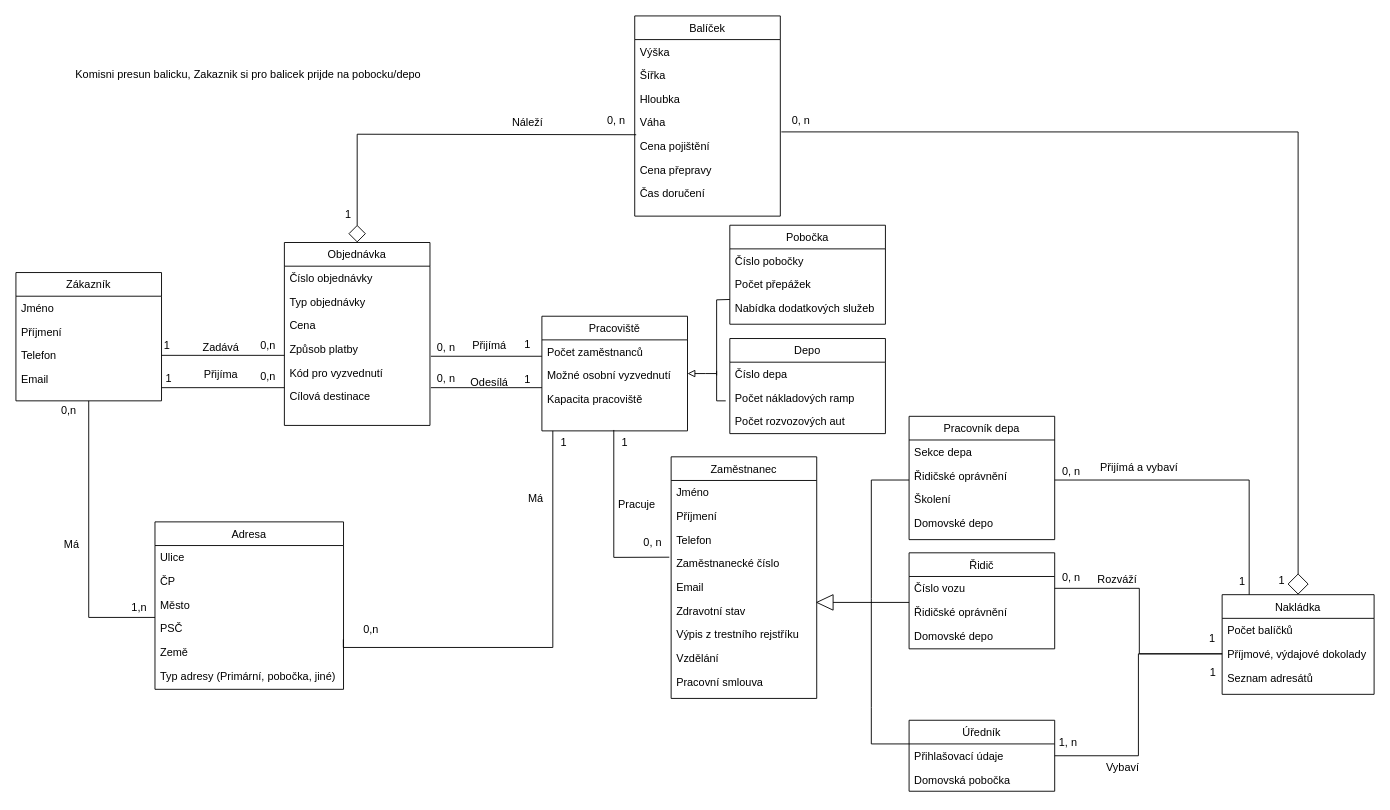
Above: Projekt-ClassDiagram-v3.drawio in martinoak/culs-diagrams-net (draw.io), before the change. Source tidied: cells renumbered, new cells numbered last; positions are measured from the earlier drawing's top-left corner, leaving out a move shared by most shapes. Both pictures are drawn from the tidied source at 91%, with x=0, y=0 at pixel (15, 15).
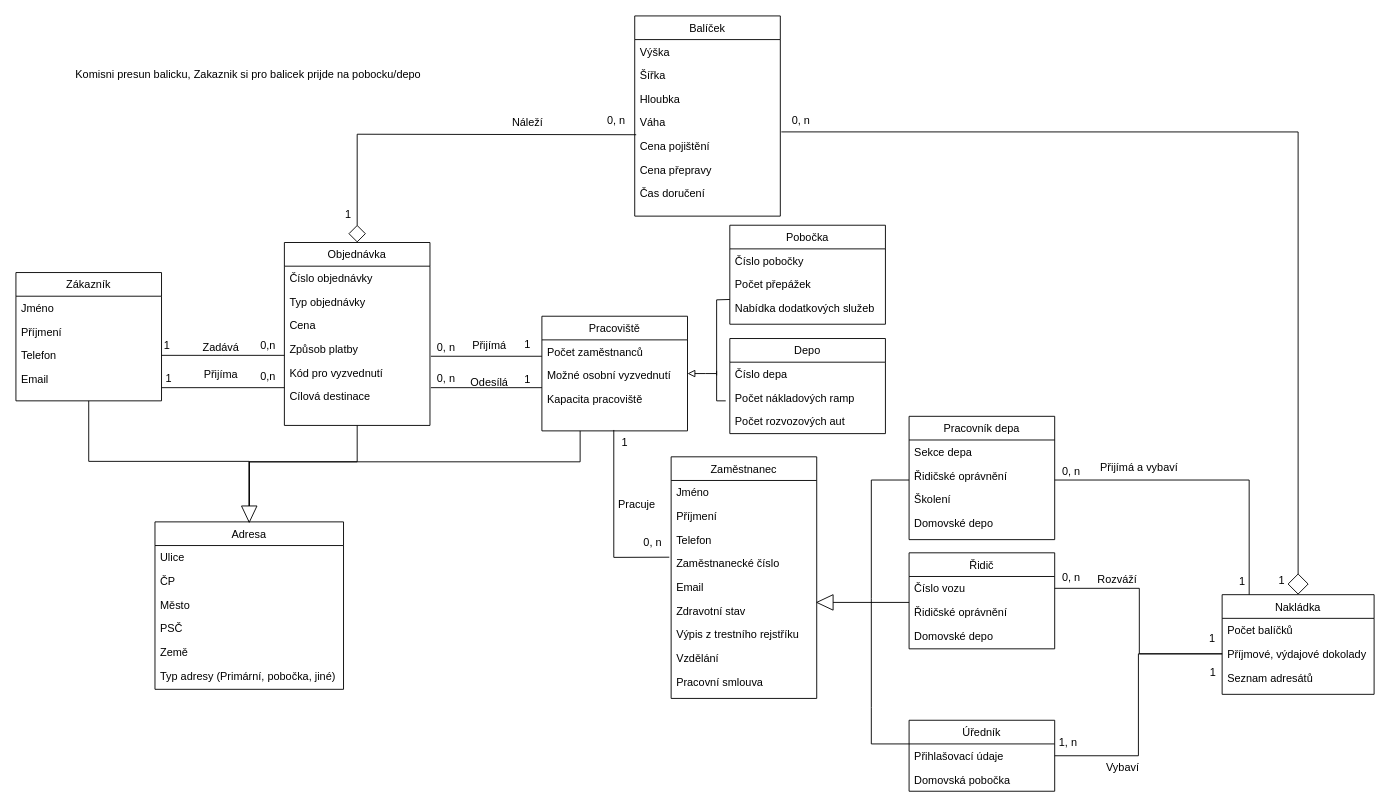
The same page after the edit.

Unchanged cells that the change refers to:
```xml
<mxCell id="2" value="Zákazník" style="swimlane;fontStyle=0;align=center;verticalAlign=top;horizontal=1;startSize=26;rounded=0;shadow=0;strokeWidth=1;" parent="1" vertex="1">
  <mxGeometry y="282" width="160" height="141" as="geometry" />
</mxCell>
<mxCell id="7" value="Adresa" style="swimlane;fontStyle=0;align=center;verticalAlign=top;horizontal=1;startSize=26;rounded=0;shadow=0;strokeWidth=1;" parent="1" vertex="1">
  <mxGeometry x="152.8" y="556" width="207.2" height="184" as="geometry" />
</mxCell>
<mxCell id="12" value="Země" style="text;align=left;verticalAlign=top;spacingLeft=4;spacingRight=4;overflow=hidden;points=[[0,0.5],[1,0.5]];portConstraint=eastwest;rounded=0;shadow=0;html=0;" parent="7" vertex="1">
  <mxGeometry y="130" width="207.2" height="26" as="geometry" />
</mxCell>
<mxCell id="27" value="Pracoviště" style="swimlane;fontStyle=0;align=center;verticalAlign=top;horizontal=1;startSize=26;rounded=0;shadow=0;strokeWidth=1;" parent="1" vertex="1">
  <mxGeometry x="578" y="330" width="160" height="126" as="geometry" />
</mxCell>
<mxCell id="71" value="Objednávka" style="swimlane;fontStyle=0;align=center;verticalAlign=top;horizontal=1;startSize=26;rounded=0;shadow=0;strokeWidth=1;" parent="1" vertex="1">
  <mxGeometry x="295" y="249" width="160" height="201" as="geometry" />
</mxCell>
```

Change to the diagram source:
```diff
@@
+    <mxCell id="14" style="edgeStyle=orthogonalEdgeStyle;rounded=0;jettySize=auto;html=1;startArrow=none;startFill=0;endArrow=none;endFill=0;sourcePerimeterSpacing=0;targetPerimeterSpacing=16;entryX=0.5;entryY=0;entryDx=0;entryDy=0;" parent="1" edge="1" source="2" target="7">
+      <mxGeometry relative="1" as="geometry" />
+    </mxCell>
@@
-    <mxCell id="14" style="endArrow=none;shadow=0;strokeWidth=1;rounded=0;endFill=0;edgeStyle=elbowEdgeStyle;elbow=vertical;" parent="1" edge="1" source="2" target="7">
-      <mxGeometry x="0.5" y="41" relative="1" as="geometry">
-        <Array as="points">
-          <mxPoint x="80" y="661" />
-          <mxPoint x="80" y="748" />
-        </Array>
-        <mxPoint x="-40" y="32" as="offset" />
-      </mxGeometry>
-    </mxCell>
-    <mxCell id="15" value="1,n" style="align=right;verticalAlign=bottom;labelBackgroundColor=none;fontSize=12;" parent="14" vertex="1">
-      <mxGeometry x="1" relative="1" as="geometry">
-        <mxPoint x="-8" y="-3" as="offset" />
-      </mxGeometry>
-    </mxCell>
-    <mxCell id="16" value="Má" style="text;html=1;align=center;verticalAlign=middle;labelBackgroundColor=none;rounded=0;shadow=0;strokeWidth=1;fontSize=12;" parent="14" vertex="1">
-      <mxGeometry x="0.5" y="49" relative="1" as="geometry">
-        <mxPoint x="-69" y="-76" as="offset" />
-      </mxGeometry>
-    </mxCell>
@@
+    <mxCell id="122" style="edgeStyle=orthogonalEdgeStyle;rounded=0;jettySize=auto;html=1;entryX=0.5;entryY=0;entryDx=0;entryDy=0;startArrow=none;startFill=0;endArrow=none;endFill=0;sourcePerimeterSpacing=0;targetPerimeterSpacing=16;" parent="1" edge="1" source="27" target="7">
+      <mxGeometry relative="1" as="geometry">
+        <Array as="points">
+          <mxPoint x="620" y="490" />
+          <mxPoint x="256" y="490" />
+        </Array>
+      </mxGeometry>
+    </mxCell>
@@
+    <mxCell id="123" style="edgeStyle=orthogonalEdgeStyle;rounded=0;jettySize=auto;html=1;entryX=0.5;entryY=0;entryDx=0;entryDy=0;startArrow=none;startFill=0;endArrow=none;endFill=0;sourcePerimeterSpacing=0;targetPerimeterSpacing=16;" parent="1" edge="1" source="71" target="7">
+      <mxGeometry relative="1" as="geometry">
+        <Array as="points">
+          <mxPoint x="375" y="490" />
+          <mxPoint x="256" y="490" />
+        </Array>
+      </mxGeometry>
+    </mxCell>
@@
-    <mxCell id="81" value="0,n" style="align=left;verticalAlign=bottom;labelBackgroundColor=none;fontSize=12;" parent="1" vertex="1">
-      <mxGeometry x="65" y="420" as="geometry">
-        <mxPoint x="-17" y="22" as="offset" />
-      </mxGeometry>
-    </mxCell>
@@
-    <mxCell id="95" style="endArrow=none;shadow=0;strokeWidth=1;rounded=0;endFill=0;edgeStyle=elbowEdgeStyle;elbow=vertical;entryX=0.999;entryY=-0.031;entryDx=0;entryDy=0;entryPerimeter=0;" parent="1" edge="1" target="12">
-      <mxGeometry x="0.5" y="41" relative="1" as="geometry">
-        <mxPoint x="590" y="456" as="sourcePoint" />
-        <Array as="points">
-          <mxPoint x="590" y="694" />
-          <mxPoint x="590" y="781" />
-        </Array>
-        <mxPoint x="-40" y="32" as="offset" />
-      </mxGeometry>
-    </mxCell>
-    <mxCell id="96" value="0,n" style="align=right;verticalAlign=bottom;labelBackgroundColor=none;fontSize=12;" parent="95" vertex="1">
-      <mxGeometry x="1" relative="1" as="geometry">
-        <mxPoint x="40" y="-3" as="offset" />
-      </mxGeometry>
-    </mxCell>
-    <mxCell id="97" value="Má" style="text;html=1;align=center;verticalAlign=middle;labelBackgroundColor=none;rounded=0;shadow=0;strokeWidth=1;fontSize=12;" parent="95" vertex="1">
-      <mxGeometry x="0.5" y="49" relative="1" as="geometry">
-        <mxPoint x="100" y="-213" as="offset" />
-      </mxGeometry>
-    </mxCell>
-    <mxCell id="98" value="1" style="align=left;verticalAlign=bottom;labelBackgroundColor=none;fontSize=12;" parent="1" vertex="1">
-      <mxGeometry x="600" y="462" as="geometry">
-        <mxPoint x="-3" y="15" as="offset" />
-      </mxGeometry>
-    </mxCell>
@@
+    <mxCell id="124" style="triangle;whiteSpace=wrap;html=1;fillColor=#FFFFFF;rotation=90;" parent="1" vertex="1">
+      <mxGeometry x="247.4" y="539" width="18" height="17" as="geometry" />
+    </mxCell>
```
